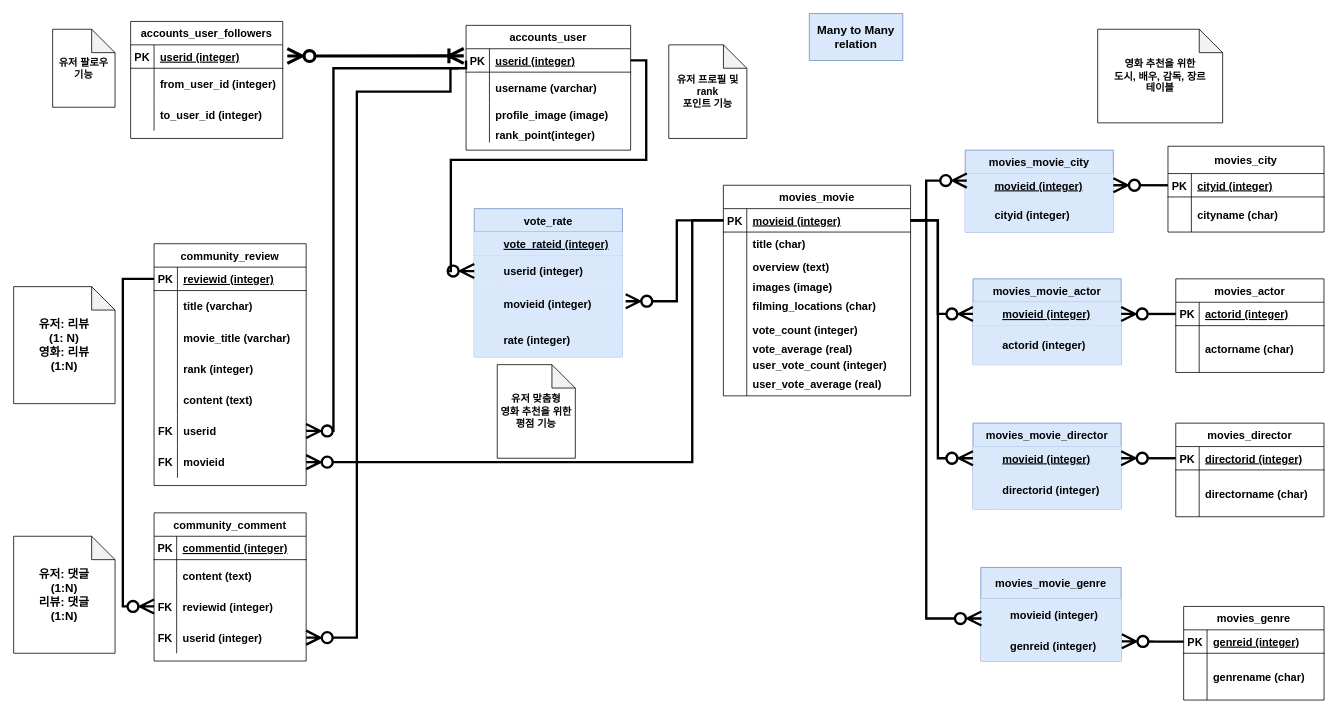
Above: sqlite-learn/prac_sql/movie_pjt.drawio in Santiago-kwp/TIL (draw.io), before the change. Source tidied: cells renumbered, new cells numbered last; positions are measured from the earlier drawing's top-left corner, leaving out a move shared by most shapes. Both pictures are drawn from the tidied source at 78%, with x=0, y=0 at pixel (13, 13).
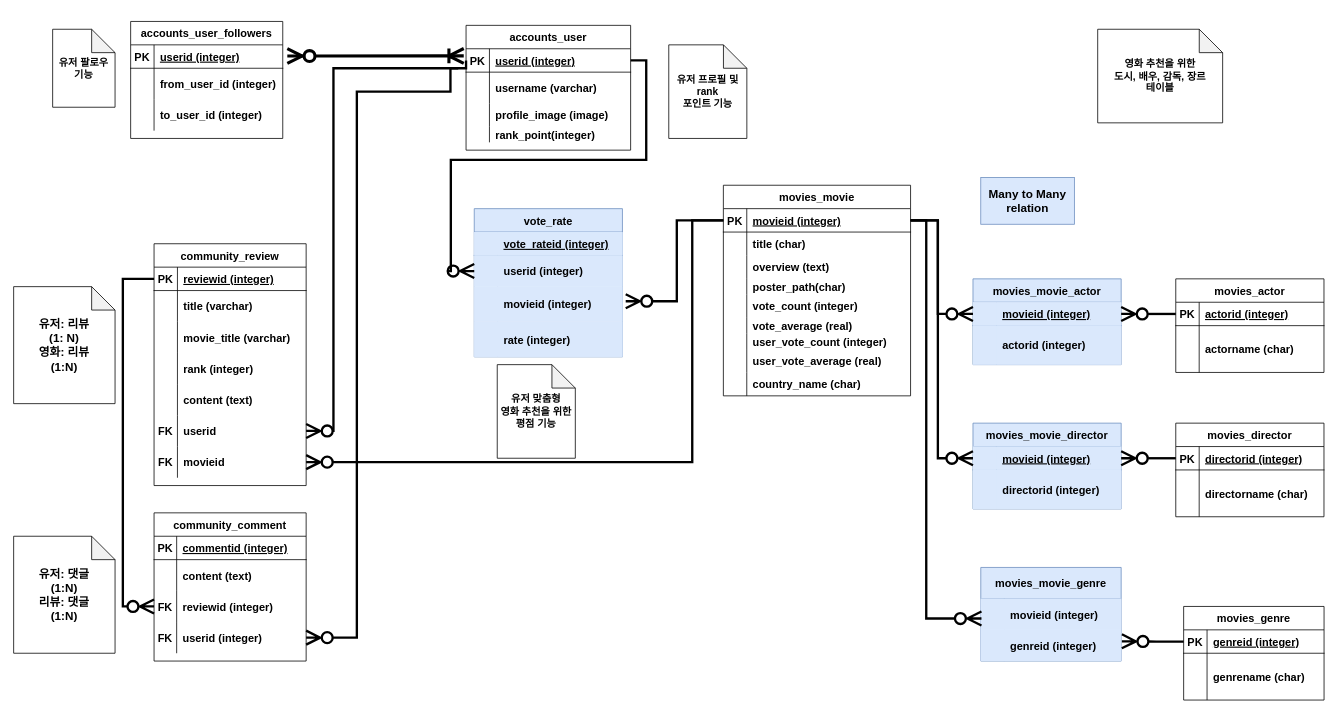
After the change.

Unchanged cells that the change refers to:
```xml
<mxCell id="27" value="movies_movie" style="shape=table;startSize=30;childLayout=tableLayout;rowLines=0;fontStyle=1;align=center;fontSize=14;" parent="1" vertex="1">
  <mxGeometry x="909.9" y="220" width="240" height="270" as="geometry" />
</mxCell>
<mxCell id="28" style="shape=partialRectangle;fillColor=none;top=0;left=0;bottom=1;right=0;points=[[0,0.5],[1,0.5]];portConstraint=eastwest;fontStyle=1;fontSize=14;" parent="27" vertex="1">
  <mxGeometry y="30" width="240" height="30" as="geometry" />
</mxCell>
<mxCell id="37" style="shape=partialRectangle;fillColor=none;top=0;left=0;bottom=0;right=0;fontStyle=1;fontSize=14;" parent="27" vertex="1">
  <mxGeometry y="120" width="240" height="20" as="geometry" />
</mxCell>
```

Change to the diagram source:
```diff
@@
-    <mxCell id="39" value="images (image)" style="shape=partialRectangle;fillColor=none;top=0;left=0;bottom=0;right=0;align=left;spacingLeft=6;overflow=hidden;fontStyle=1;fontSize=14;" parent="37" vertex="1">
+    <mxCell id="39" value="poster_path(char)" style="shape=partialRectangle;fillColor=none;top=0;left=0;bottom=0;right=0;align=left;spacingLeft=6;overflow=hidden;fontStyle=1;fontSize=14;" parent="37" vertex="1">
       <mxGeometry x="30" width="210" height="20" as="geometry" />
     </mxCell>
-    <mxCell id="40" style="shape=partialRectangle;fillColor=none;top=0;left=0;bottom=0;right=0;fontStyle=1;fontSize=14;" parent="27" vertex="1">
-      <mxGeometry y="140" width="240" height="30" as="geometry" />
-    </mxCell>
-    <mxCell id="41" style="shape=partialRectangle;fillColor=none;top=0;left=0;bottom=0;right=0;overflow=hidden;fontStyle=1;fontSize=14;" parent="40" vertex="1">
-      <mxGeometry width="30" height="30" as="geometry" />
-    </mxCell>
-    <mxCell id="42" value="filming_locations (char)" style="shape=partialRectangle;fillColor=none;top=0;left=0;bottom=0;right=0;align=left;spacingLeft=6;overflow=hidden;fontStyle=1;fontSize=14;" parent="40" vertex="1">
-      <mxGeometry x="30" width="210" height="30" as="geometry" />
-    </mxCell>
     <mxCell id="43" style="shape=partialRectangle;fillColor=none;top=0;left=0;bottom=0;right=0;fontStyle=1;fontSize=14;" parent="27" vertex="1">
-      <mxGeometry y="170" width="240" height="30" as="geometry" />
+      <mxGeometry y="140" width="240" height="30" as="geometry" />
     </mxCell>
@@
     <mxCell id="46" style="shape=partialRectangle;fillColor=none;top=0;left=0;bottom=0;right=0;fontStyle=1;fontSize=14;" parent="27" vertex="1">
-      <mxGeometry y="200" width="240" height="20" as="geometry" />
+      <mxGeometry y="170" width="240" height="20" as="geometry" />
     </mxCell>
@@
     <mxCell id="49" style="shape=partialRectangle;fillColor=none;top=0;left=0;bottom=0;right=0;fontStyle=1;fontSize=14;" parent="27" vertex="1">
-      <mxGeometry y="220" width="240" height="20" as="geometry" />
+      <mxGeometry y="190" width="240" height="20" as="geometry" />
     </mxCell>
@@
     <mxCell id="52" style="shape=partialRectangle;fillColor=none;top=0;left=0;bottom=0;right=0;fontStyle=1;fontSize=14;" parent="27" vertex="1">
-      <mxGeometry y="240" width="240" height="30" as="geometry" />
+      <mxGeometry y="210" width="240" height="30" as="geometry" />
     </mxCell>
@@
+    <mxCell id="179" style="shape=partialRectangle;fillColor=none;top=0;left=0;bottom=0;right=0;fontStyle=1;fontSize=14;" parent="27" vertex="1">
+      <mxGeometry y="240" width="240" height="30" as="geometry" />
+    </mxCell>
+    <mxCell id="41" style="shape=partialRectangle;fillColor=none;top=0;left=0;bottom=0;right=0;overflow=hidden;fontStyle=1;fontSize=14;" parent="179" vertex="1">
+      <mxGeometry width="30" height="30" as="geometry" />
+    </mxCell>
+    <mxCell id="180" value="country_name (char)" style="shape=partialRectangle;fillColor=none;top=0;left=0;bottom=0;right=0;align=left;spacingLeft=6;overflow=hidden;fontStyle=1;fontSize=14;" parent="179" vertex="1">
+      <mxGeometry x="30" width="210" height="30" as="geometry" />
+    </mxCell>
@@
-    <mxCell id="106" value="movies_city" style="shape=table;startSize=35;childLayout=tableLayout;rowLines=0;fontStyle=1;align=center;fontSize=14;" parent="1" vertex="1">
-      <mxGeometry x="1479.9" y="170" width="200.1" height="110" as="geometry" />
-    </mxCell>
-    <mxCell id="107" style="shape=partialRectangle;fillColor=none;top=0;left=0;bottom=1;right=0;points=[[0,0.5],[1,0.5]];portConstraint=eastwest;fontStyle=1;fontSize=14;" parent="106" vertex="1">
-      <mxGeometry y="35" width="200.1" height="30" as="geometry" />
-    </mxCell>
-    <mxCell id="108" value="PK" style="shape=partialRectangle;fillColor=none;top=0;left=0;bottom=0;right=0;fontStyle=1;overflow=hidden;fontSize=14;" parent="107" vertex="1">
-      <mxGeometry width="30" height="30" as="geometry" />
-    </mxCell>
-    <mxCell id="109" value="cityid (integer)" style="shape=partialRectangle;fillColor=none;top=0;left=0;bottom=0;right=0;align=left;spacingLeft=6;fontStyle=5;overflow=hidden;fontSize=14;" parent="107" vertex="1">
-      <mxGeometry x="30" width="170.1" height="30" as="geometry" />
-    </mxCell>
-    <mxCell id="110" style="shape=partialRectangle;fillColor=none;top=0;left=0;bottom=0;right=0;fontStyle=1;fontSize=14;" parent="106" vertex="1">
-      <mxGeometry y="65" width="200.1" height="45" as="geometry" />
-    </mxCell>
-    <mxCell id="111" style="shape=partialRectangle;fillColor=none;top=0;left=0;bottom=0;right=0;overflow=hidden;fontStyle=1;fontSize=14;" parent="110" vertex="1">
-      <mxGeometry width="30" height="45" as="geometry" />
-    </mxCell>
-    <mxCell id="112" value="cityname (char)" style="shape=partialRectangle;fillColor=none;top=0;left=0;bottom=0;right=0;align=left;spacingLeft=6;overflow=hidden;fontStyle=1;fontSize=14;" parent="110" vertex="1">
-      <mxGeometry x="30" width="170.1" height="45" as="geometry" />
-    </mxCell>
@@
-    <mxCell id="129" value="movies_movie_city" style="shape=table;startSize=30;childLayout=tableLayout;rowLines=0;fontStyle=1;align=center;fontSize=14;fillColor=#dae8fc;strokeColor=#6c8ebf;" parent="1" vertex="1">
-      <mxGeometry x="1219.9" y="175" width="190" height="105" as="geometry" />
-    </mxCell>
-    <mxCell id="130" style="shape=partialRectangle;fillColor=#dae8fc;top=0;left=0;bottom=1;right=0;points=[[0,0.5],[1,0.5]];portConstraint=eastwest;fontStyle=1;fontSize=14;strokeColor=#6c8ebf;" parent="129" vertex="1">
-      <mxGeometry y="30" width="190" height="30" as="geometry" />
-    </mxCell>
-    <mxCell id="131" style="shape=partialRectangle;fillColor=#dae8fc;top=0;left=0;bottom=0;right=0;fontStyle=1;overflow=hidden;fontSize=14;strokeColor=#6c8ebf;" parent="130" vertex="1">
-      <mxGeometry width="30" height="30" as="geometry" />
-    </mxCell>
-    <mxCell id="132" value="movieid (integer)" style="shape=partialRectangle;fillColor=#dae8fc;top=0;left=0;bottom=0;right=0;align=left;spacingLeft=6;fontStyle=5;overflow=hidden;fontSize=14;strokeColor=#6c8ebf;" parent="130" vertex="1">
-      <mxGeometry x="30" width="160" height="30" as="geometry" />
-    </mxCell>
-    <mxCell id="133" style="shape=partialRectangle;fillColor=#dae8fc;top=0;left=0;bottom=0;right=0;fontStyle=1;fontSize=14;strokeColor=#6c8ebf;" parent="129" vertex="1">
-      <mxGeometry y="60" width="190" height="45" as="geometry" />
-    </mxCell>
-    <mxCell id="134" style="shape=partialRectangle;fillColor=#dae8fc;top=0;left=0;bottom=0;right=0;overflow=hidden;fontStyle=1;fontSize=14;strokeColor=#6c8ebf;" parent="133" vertex="1">
-      <mxGeometry width="30" height="45" as="geometry" />
-    </mxCell>
-    <mxCell id="135" value="cityid (integer)" style="shape=partialRectangle;fillColor=#dae8fc;top=0;left=0;bottom=0;right=0;align=left;spacingLeft=6;overflow=hidden;fontStyle=1;fontSize=14;strokeColor=#6c8ebf;" parent="133" vertex="1">
-      <mxGeometry x="30" width="160" height="45" as="geometry" />
-    </mxCell>
-    <mxCell id="136" style="edgeStyle=orthogonalEdgeStyle;rounded=0;jumpStyle=none;jettySize=auto;html=1;exitX=1;exitY=0.5;exitDx=0;exitDy=0;entryX=0.011;entryY=0.3;entryDx=0;entryDy=0;entryPerimeter=0;fontSize=13;endArrow=ERzeroToMany;endFill=0;startSize=14;endSize=14;strokeWidth=3;" parent="1" edge="1" source="28" target="130">
-      <mxGeometry relative="1" as="geometry">
-        <Array as="points">
-          <mxPoint x="1169.9" y="265" />
-          <mxPoint x="1169.9" y="214" />
-        </Array>
-      </mxGeometry>
-    </mxCell>
-    <mxCell id="137" style="edgeStyle=orthogonalEdgeStyle;rounded=0;jumpStyle=none;jettySize=auto;html=1;exitX=0;exitY=0.5;exitDx=0;exitDy=0;entryX=1;entryY=0.5;entryDx=0;entryDy=0;fontSize=13;endArrow=ERzeroToMany;endFill=0;startSize=14;endSize=14;strokeWidth=3;" parent="1" edge="1" source="107" target="130">
-      <mxGeometry relative="1" as="geometry" />
-    </mxCell>
@@
     <mxCell id="176" value="&lt;b&gt;Many to Many&lt;br&gt;relation&lt;/b&gt;" style="rounded=0;whiteSpace=wrap;html=1;fontSize=15;fillColor=#dae8fc;strokeColor=#6c8ebf;" parent="1" vertex="1">
-      <mxGeometry x="1020" width="120" height="60" as="geometry" />
+      <mxGeometry x="1239.9" y="210" width="120" height="60" as="geometry" />
     </mxCell>
```
